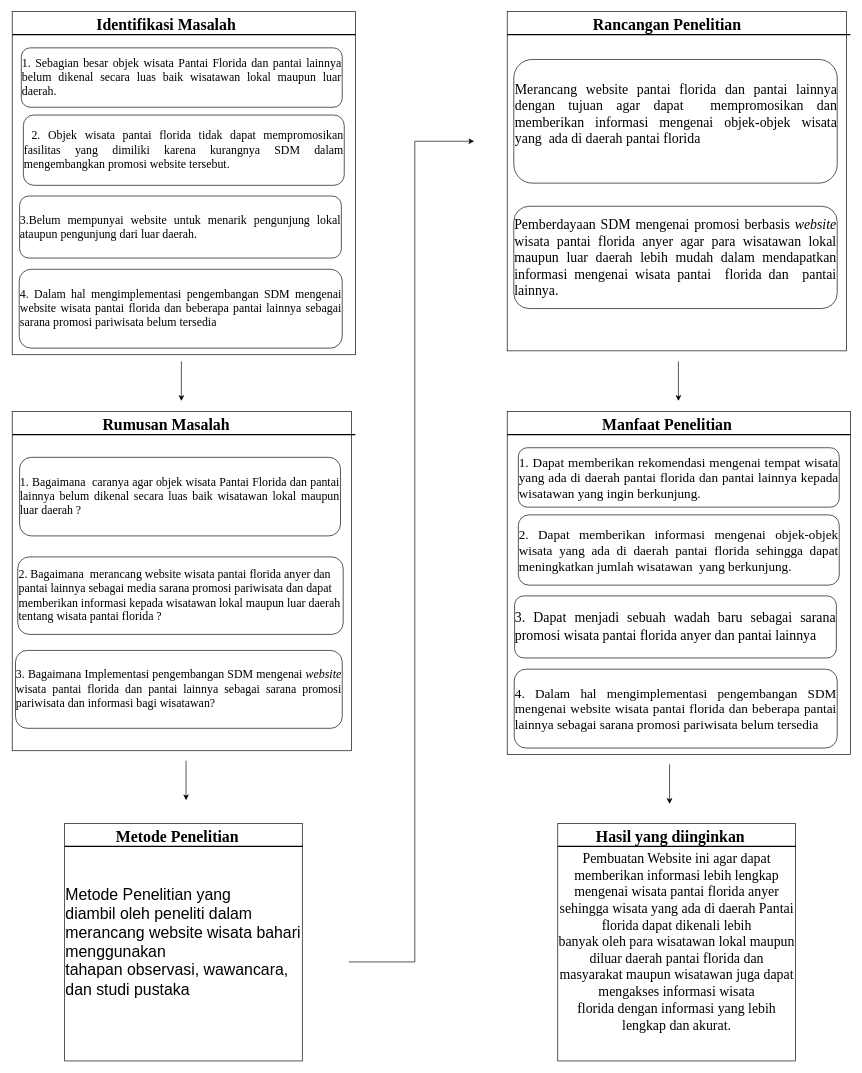
The draw.io diagram page "Page-70" (2 of 63) of Untitled Diagram.drawio in Jeremia0910/SJSI, before the edit. Source tidied: cells renumbered, new cells numbered last; positions are measured from the earlier drawing's top-left corner, leaving out a move shared by most shapes. Both pictures are drawn from the tidied source at 66%, with x=0, y=0 at pixel (12, 11).
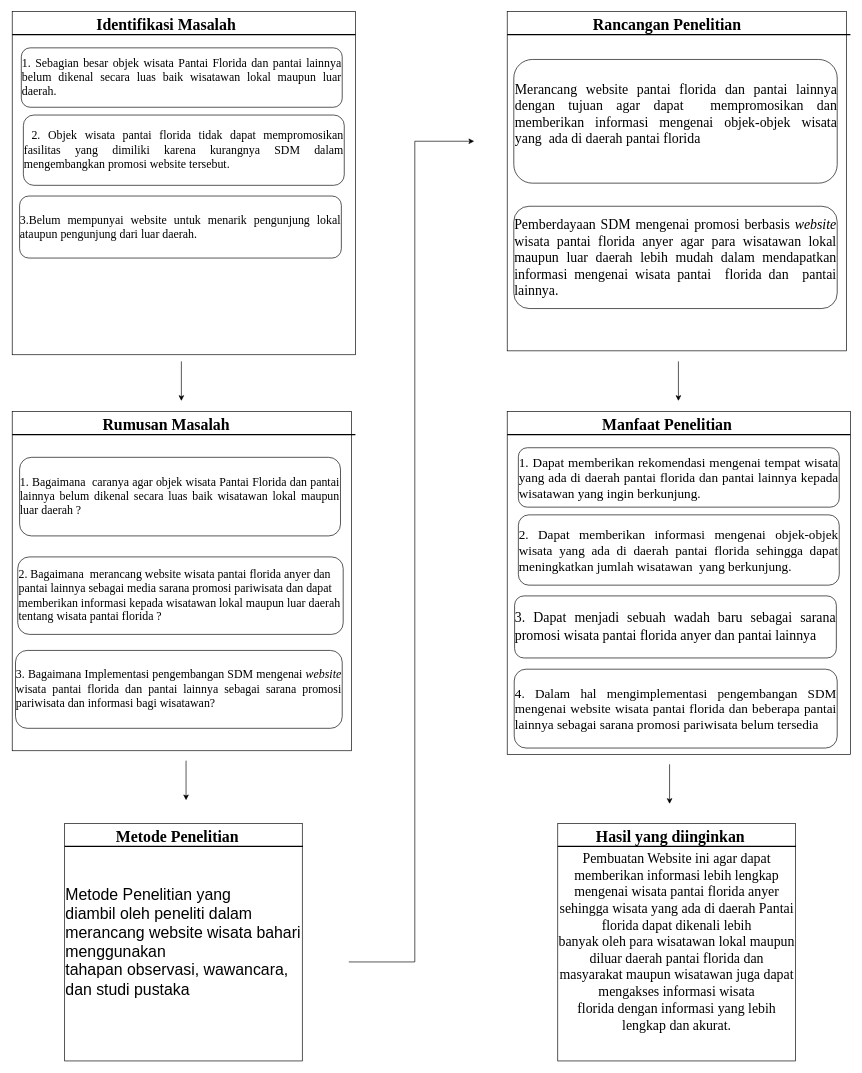
The same diagram, later.

What changed in the source:
```diff
@@
-    <mxCell id="8" value="&lt;div style=&quot;font-size: 18px;&quot; align=&quot;justify&quot;&gt;&lt;span&gt;4. Dalam hal mengimplementasi pengembangan SDM mengenai website wisata pantai florida dan beberapa pantai lainnya sebagai sarana promosi pariwisata belum tersedia&lt;br&gt;&lt;/span&gt;&lt;/div&gt;" style="rounded=1;whiteSpace=wrap;html=1;fontFamily=Times New Roman;fontSize=14;" parent="1" vertex="1">
-      <mxGeometry x="10.6" y="390.5" width="489.4" height="119.5" as="geometry" />
-    </mxCell>
```
